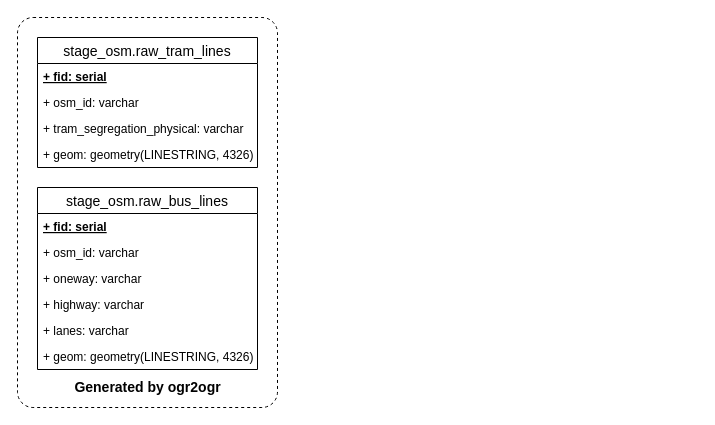
Earlier version of the draw.io diagram page "stage_osm" (3 of 4) of docs/sujuikoDB.drawio (datarttu/sujuikoDB). Source tidied: cells renumbered, new cells numbered last; positions are measured from the earlier drawing's top-left corner, leaving out a move shared by most shapes. Both pictures are drawn from the tidied source at 100%, with x=0, y=0 at pixel (17, 17).
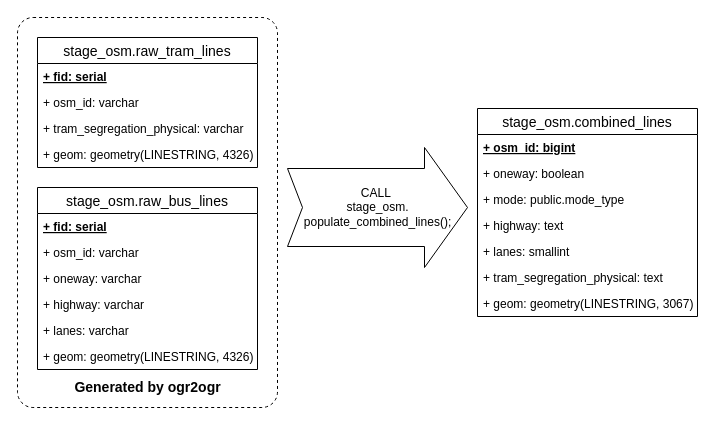
After the change.

Commit message (it also covers changes not shown here):
Add OSM combined line geoms staging table

The edit, as a diff of the source:
```diff
@@
+    <mxCell id="16" value="stage_osm.combined_lines" style="swimlane;fontStyle=0;horizontal=1;startSize=26;swimlaneFillColor=#ffffff;align=center;fontSize=14;" parent="1" vertex="1">
+      <mxGeometry x="460" y="91" width="220" height="208" as="geometry" />
+    </mxCell>
+    <mxCell id="17" value="+ osm_id: bigint" style="text;spacingLeft=4;spacingRight=4;overflow=hidden;fontSize=12;fontStyle=5;" parent="16" vertex="1">
+      <mxGeometry y="26" width="220" height="26" as="geometry" />
+    </mxCell>
+    <mxCell id="18" value="+ oneway: boolean" style="text;spacingLeft=4;spacingRight=4;overflow=hidden;fontSize=12;" parent="16" vertex="1">
+      <mxGeometry y="52" width="220" height="26" as="geometry" />
+    </mxCell>
+    <mxCell id="19" value="+ mode: public.mode_type" style="text;spacingLeft=4;spacingRight=4;overflow=hidden;fontSize=12;" parent="16" vertex="1">
+      <mxGeometry y="78" width="220" height="26" as="geometry" />
+    </mxCell>
+    <mxCell id="20" value="+ highway: text" style="text;spacingLeft=4;spacingRight=4;overflow=hidden;fontSize=12;" parent="16" vertex="1">
+      <mxGeometry y="104" width="220" height="26" as="geometry" />
+    </mxCell>
+    <mxCell id="21" value="+ lanes: smallint" style="text;spacingLeft=4;spacingRight=4;overflow=hidden;fontSize=12;" parent="16" vertex="1">
+      <mxGeometry y="130" width="220" height="26" as="geometry" />
+    </mxCell>
+    <mxCell id="22" value="+ tram_segregation_physical: text" style="text;spacingLeft=4;spacingRight=4;overflow=hidden;fontSize=12;" parent="16" vertex="1">
+      <mxGeometry y="156" width="220" height="26" as="geometry" />
+    </mxCell>
+    <mxCell id="23" value="+ geom: geometry(LINESTRING, 3067)" style="text;spacingLeft=4;spacingRight=4;overflow=hidden;fontSize=12;" parent="16" vertex="1">
+      <mxGeometry y="182" width="220" height="26" as="geometry" />
+    </mxCell>
+    <mxCell id="24" value="CALL&amp;nbsp;&lt;br&gt;stage_osm.&lt;br&gt;populate_combined_lines();" style="html=1;shadow=0;dashed=0;align=center;verticalAlign=middle;shape=mxgraph.arrows2.arrow;dy=0.35;dx=43;notch=15;" parent="1" vertex="1">
+      <mxGeometry x="270" y="130" width="180" height="120" as="geometry" />
+    </mxCell>
```
